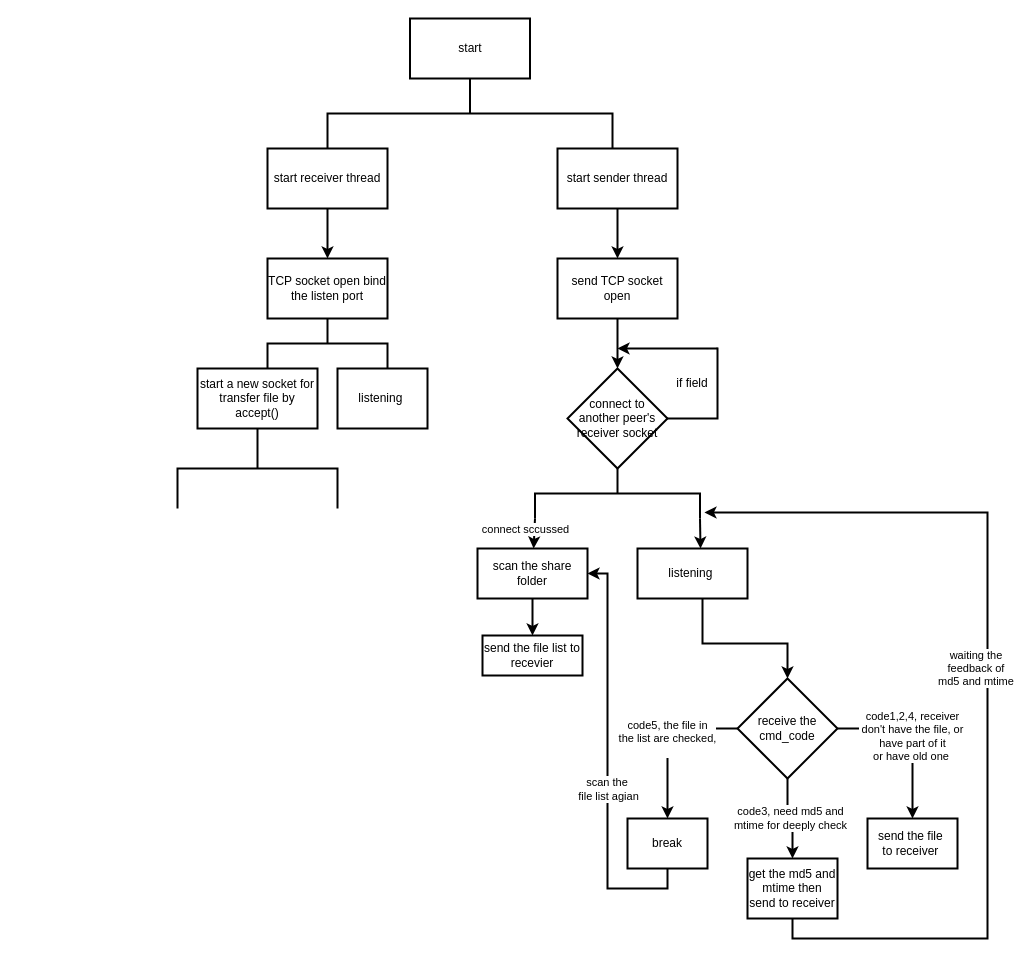
Before: Untitled Diagram.drawio in aimer521-lab/XJTLU_CAN201_CW1, a draw.io diagram. Source tidied: cells renumbered, new cells numbered last; positions are measured from the earlier drawing's top-left corner, leaving out a move shared by most shapes. Both pictures are drawn from the tidied source at 100%, with x=0, y=0 at pixel (177, 18).
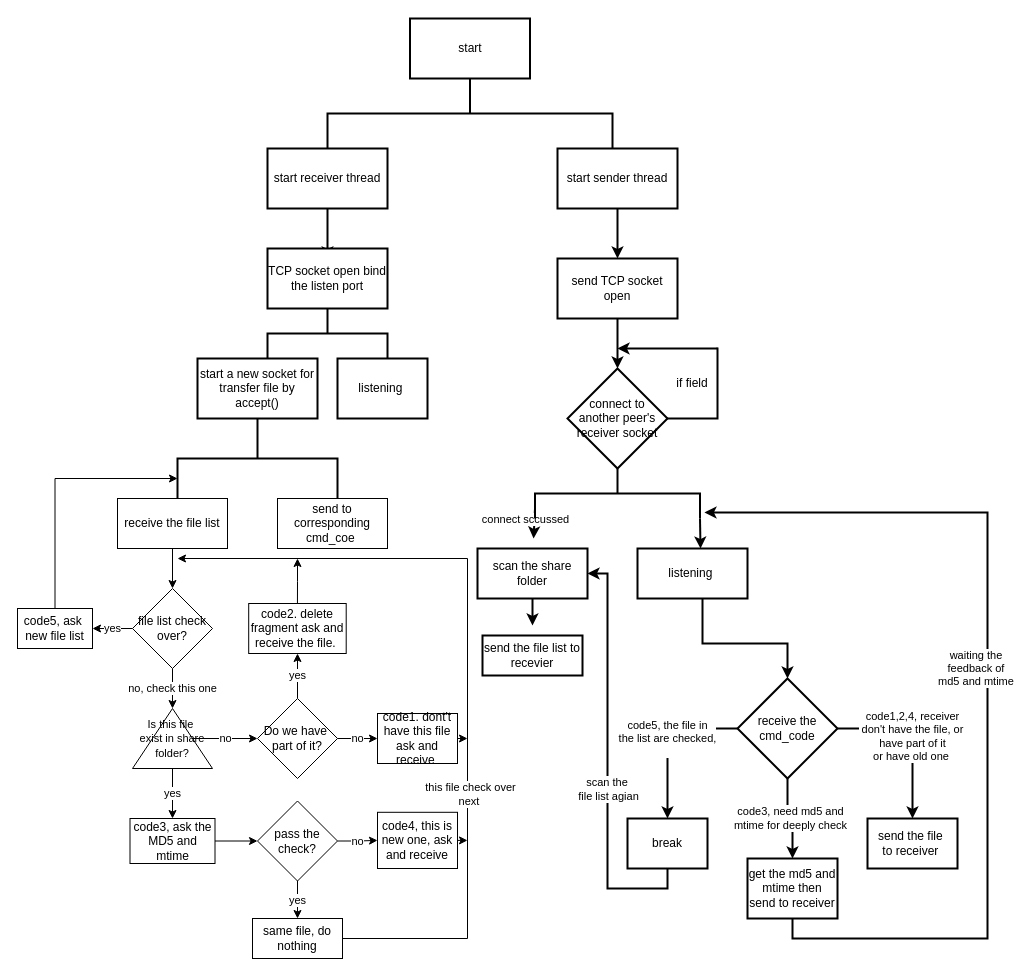
The same page after the edit.

Commit message:
the LEFT file sharing system flow-chart

Unchanged cells that the change refers to:
```xml
<mxCell id="17" value="scan the share folder" style="rounded=0;whiteSpace=wrap;html=1;strokeWidth=2;" parent="1" vertex="1">
  <mxGeometry x="300" y="530" width="110" height="50" as="geometry" />
</mxCell>
<mxCell id="19" style="strokeWidth=2;html=1;shape=mxgraph.flowchart.annotation_2;align=left;labelPosition=right;direction=south;" parent="1" vertex="1">
  <mxGeometry x="357.5" y="450" width="165" height="50" as="geometry" />
</mxCell>
<mxCell id="21" value="send the file list to recevier" style="rounded=0;whiteSpace=wrap;html=1;strokeWidth=2;" parent="1" vertex="1">
  <mxGeometry x="305" y="617" width="100" height="40" as="geometry" />
</mxCell>
```

Change to the diagram source:
```diff
@@
     <mxCell id="8" value="TCP socket open bind the listen port" style="rounded=0;whiteSpace=wrap;html=1;strokeWidth=2;" parent="1" vertex="1">
-      <mxGeometry x="90" y="240" width="120" height="60" as="geometry" />
+      <mxGeometry x="90" y="230" width="120" height="60" as="geometry" />
     </mxCell>
     <mxCell id="9" style="strokeWidth=2;html=1;shape=mxgraph.flowchart.annotation_2;align=left;labelPosition=right;direction=south;" parent="1" vertex="1">
-      <mxGeometry x="90" y="300" width="120" height="50" as="geometry" />
+      <mxGeometry x="90" y="290" width="120" height="50" as="geometry" />
     </mxCell>
     <mxCell id="10" value="start a new socket for transfer file by accept()" style="rounded=0;whiteSpace=wrap;html=1;strokeWidth=2;" parent="1" vertex="1">
-      <mxGeometry x="20" y="350" width="120" height="60" as="geometry" />
+      <mxGeometry x="20" y="340" width="120" height="60" as="geometry" />
     </mxCell>
@@
     <mxCell id="12" value="listening&amp;nbsp;" style="rounded=0;whiteSpace=wrap;html=1;strokeWidth=2;" parent="1" vertex="1">
-      <mxGeometry x="160" y="350" width="90" height="60" as="geometry" />
+      <mxGeometry x="160" y="340" width="90" height="60" as="geometry" />
     </mxCell>
@@
-    <mxCell id="15" value="connect sccussed" style="endArrow=classic;html=1;rounded=0;strokeWidth=2;exitX=1;exitY=1;exitDx=0;exitDy=0;exitPerimeter=0;" parent="1" edge="1" source="19" target="17">
-      <mxGeometry x="-0.29" y="-9" relative="1" as="geometry" />
+    <mxCell id="15" value="connect sccussed" style="endArrow=classic;html=1;rounded=0;strokeWidth=2;exitX=1;exitY=1;exitDx=0;exitDy=0;exitPerimeter=0;" parent="1" edge="1">
+      <mxGeometry x="-0.29" y="-9" relative="1" as="geometry">
+        <mxPoint x="357.5" y="490" as="sourcePoint" />
+        <mxPoint x="356.1" y="520" as="targetPoint" />
+      </mxGeometry>
     </mxCell>
-    <mxCell id="16" style="edgeStyle=orthogonalEdgeStyle;rounded=0;jettySize=auto;html=1;strokeWidth=2;" parent="1" edge="1" source="17" target="21">
-      <mxGeometry relative="1" as="geometry" />
+    <mxCell id="16" style="edgeStyle=orthogonalEdgeStyle;rounded=0;orthogonalLoop=1;jettySize=auto;html=1;strokeWidth=2;" parent="1" edge="1">
+      <mxGeometry relative="1" as="geometry">
+        <mxPoint x="355" y="570" as="sourcePoint" />
+        <mxPoint x="355" y="607" as="targetPoint" />
+      </mxGeometry>
     </mxCell>
@@
     <mxCell id="35" style="strokeWidth=2;html=1;shape=mxgraph.flowchart.annotation_2;align=left;labelPosition=right;direction=south;" parent="1" vertex="1">
-      <mxGeometry y="410" width="160" height="80" as="geometry" />
+      <mxGeometry y="400" width="160" height="80" as="geometry" />
     </mxCell>
+    <mxCell id="36" style="edgeStyle=orthogonalEdgeStyle;rounded=0;jettySize=auto;html=1;" parent="1" edge="1" source="37" target="40">
+      <mxGeometry relative="1" as="geometry" />
+    </mxCell>
+    <mxCell id="37" value="receive the file list" style="rounded=0;whiteSpace=wrap;html=1;" parent="1" vertex="1">
+      <mxGeometry x="-60" y="480" width="110" height="50" as="geometry" />
+    </mxCell>
+    <mxCell id="38" value="no, check this one" style="edgeStyle=orthogonalEdgeStyle;rounded=0;jettySize=auto;html=1;" parent="1" edge="1" source="40" target="43">
+      <mxGeometry relative="1" as="geometry" />
+    </mxCell>
+    <mxCell id="39" value="yes" style="edgeStyle=orthogonalEdgeStyle;rounded=0;jettySize=auto;html=1;" parent="1" edge="1" source="40" target="53">
+      <mxGeometry relative="1" as="geometry" />
+    </mxCell>
+    <mxCell id="40" value="file list check&lt;br&gt;over?" style="rhombus;whiteSpace=wrap;html=1;rounded=0;" parent="1" vertex="1">
+      <mxGeometry x="-45" y="570" width="80" height="80" as="geometry" />
+    </mxCell>
+    <mxCell id="41" value="no" style="edgeStyle=orthogonalEdgeStyle;rounded=0;jettySize=auto;html=1;" parent="1" edge="1" source="43" target="47">
+      <mxGeometry relative="1" as="geometry" />
+    </mxCell>
+    <mxCell id="42" value="yes" style="edgeStyle=orthogonalEdgeStyle;rounded=0;jettySize=auto;html=1;" parent="1" edge="1" source="43" target="55">
+      <mxGeometry relative="1" as="geometry" />
+    </mxCell>
+    <mxCell id="43" value="&lt;font style=&quot;font-size: 11px&quot;&gt;Is this file&amp;nbsp;&lt;br style=&quot;font-size: 11px&quot;&gt;exist in share folder?&lt;/font&gt;" style="triangle;whiteSpace=wrap;html=1;rounded=0;direction=north;" parent="1" vertex="1">
+      <mxGeometry x="-45" y="690" width="80" height="60" as="geometry" />
+    </mxCell>
+    <mxCell id="44" value="send to corresponding cmd_coe&amp;nbsp;" style="rounded=0;whiteSpace=wrap;html=1;" parent="1" vertex="1">
+      <mxGeometry x="100" y="480" width="110" height="50" as="geometry" />
+    </mxCell>
+    <mxCell id="45" value="yes" style="edgeStyle=orthogonalEdgeStyle;rounded=0;jettySize=auto;html=1;" parent="1" edge="1" source="47" target="49">
+      <mxGeometry relative="1" as="geometry" />
+    </mxCell>
+    <mxCell id="46" value="no" style="edgeStyle=orthogonalEdgeStyle;rounded=0;jettySize=auto;html=1;" parent="1" edge="1" source="47" target="51">
+      <mxGeometry relative="1" as="geometry" />
+    </mxCell>
+    <mxCell id="47" value="Do we have&amp;nbsp;&lt;br&gt;part of it?" style="rhombus;whiteSpace=wrap;html=1;rounded=0;" parent="1" vertex="1">
+      <mxGeometry x="80" y="680" width="80" height="80" as="geometry" />
+    </mxCell>
+    <mxCell id="48" style="edgeStyle=orthogonalEdgeStyle;rounded=0;jettySize=auto;html=1;exitX=0.5;exitY=0;exitDx=0;exitDy=0;" parent="1" edge="1" source="49">
+      <mxGeometry relative="1" as="geometry">
+        <mxPoint x="120" y="540" as="targetPoint" />
+      </mxGeometry>
+    </mxCell>
+    <mxCell id="49" value="code2. delete fragment ask and receive the file.&amp;nbsp;" style="whiteSpace=wrap;html=1;rounded=0;" parent="1" vertex="1">
+      <mxGeometry x="71.2" y="585" width="97.5" height="50" as="geometry" />
+    </mxCell>
+    <mxCell id="50" style="edgeStyle=orthogonalEdgeStyle;rounded=0;jettySize=auto;html=1;exitX=1;exitY=0.5;exitDx=0;exitDy=0;" parent="1" edge="1" source="51">
+      <mxGeometry relative="1" as="geometry">
+        <mxPoint x="290" y="720" as="targetPoint" />
+      </mxGeometry>
+    </mxCell>
+    <mxCell id="51" value="code1. dont't have this file ask and receive&amp;nbsp;" style="whiteSpace=wrap;html=1;rounded=0;" parent="1" vertex="1">
+      <mxGeometry x="200" y="695" width="80" height="50" as="geometry" />
+    </mxCell>
+    <mxCell id="52" style="edgeStyle=orthogonalEdgeStyle;rounded=0;jettySize=auto;html=1;exitX=0.5;exitY=0;exitDx=0;exitDy=0;" parent="1" edge="1" source="53">
+      <mxGeometry relative="1" as="geometry">
+        <mxPoint y="460" as="targetPoint" />
+        <Array as="points">
+          <mxPoint x="-122" y="460" />
+          <mxPoint y="460" />
+        </Array>
+      </mxGeometry>
+    </mxCell>
+    <mxCell id="53" value="code5, ask&amp;nbsp; new file list" style="whiteSpace=wrap;html=1;rounded=0;" parent="1" vertex="1">
+      <mxGeometry x="-160" y="590" width="75" height="40" as="geometry" />
+    </mxCell>
+    <mxCell id="54" style="edgeStyle=orthogonalEdgeStyle;rounded=0;jettySize=auto;html=1;" parent="1" edge="1" source="55" target="58">
+      <mxGeometry relative="1" as="geometry" />
+    </mxCell>
+    <mxCell id="55" value="code3, ask the MD5 and mtime" style="whiteSpace=wrap;html=1;rounded=0;" parent="1" vertex="1">
+      <mxGeometry x="-47.5" y="800" width="85" height="45" as="geometry" />
+    </mxCell>
+    <mxCell id="56" value="yes" style="edgeStyle=orthogonalEdgeStyle;rounded=0;jettySize=auto;html=1;" parent="1" edge="1" source="58" target="61">
+      <mxGeometry relative="1" as="geometry" />
+    </mxCell>
+    <mxCell id="57" value="no" style="edgeStyle=orthogonalEdgeStyle;rounded=0;jettySize=auto;html=1;" parent="1" edge="1" source="58" target="63">
+      <mxGeometry relative="1" as="geometry" />
+    </mxCell>
+    <mxCell id="58" value="pass the check?" style="rhombus;whiteSpace=wrap;html=1;rounded=0;" parent="1" vertex="1">
+      <mxGeometry x="80" y="782.5" width="80" height="80" as="geometry" />
+    </mxCell>
+    <mxCell id="59" style="edgeStyle=orthogonalEdgeStyle;rounded=0;jettySize=auto;html=1;exitX=1;exitY=0.5;exitDx=0;exitDy=0;" parent="1" edge="1" source="61">
+      <mxGeometry relative="1" as="geometry">
+        <mxPoint y="540" as="targetPoint" />
+        <Array as="points">
+          <mxPoint x="290" y="920" />
+          <mxPoint x="290" y="540" />
+        </Array>
+      </mxGeometry>
+    </mxCell>
+    <mxCell id="60" value="this file check over&lt;br&gt;next&amp;nbsp;" style="edgeLabel;html=1;align=center;verticalAlign=middle;" parent="59" vertex="1">
+      <mxGeometry x="-0.32" y="-2" relative="1" as="geometry" />
+    </mxCell>
+    <mxCell id="61" value="same file, do nothing" style="whiteSpace=wrap;html=1;rounded=0;" parent="1" vertex="1">
+      <mxGeometry x="75" y="900" width="90" height="40" as="geometry" />
+    </mxCell>
+    <mxCell id="62" style="edgeStyle=orthogonalEdgeStyle;rounded=0;jettySize=auto;html=1;exitX=1;exitY=0.5;exitDx=0;exitDy=0;" parent="1" edge="1" source="63">
+      <mxGeometry relative="1" as="geometry">
+        <mxPoint x="290" y="822" as="targetPoint" />
+      </mxGeometry>
+    </mxCell>
+    <mxCell id="63" value="code4, this is new one, ask and receive" style="whiteSpace=wrap;html=1;rounded=0;" parent="1" vertex="1">
+      <mxGeometry x="200" y="793.8" width="80" height="56.2" as="geometry" />
+    </mxCell>
```
